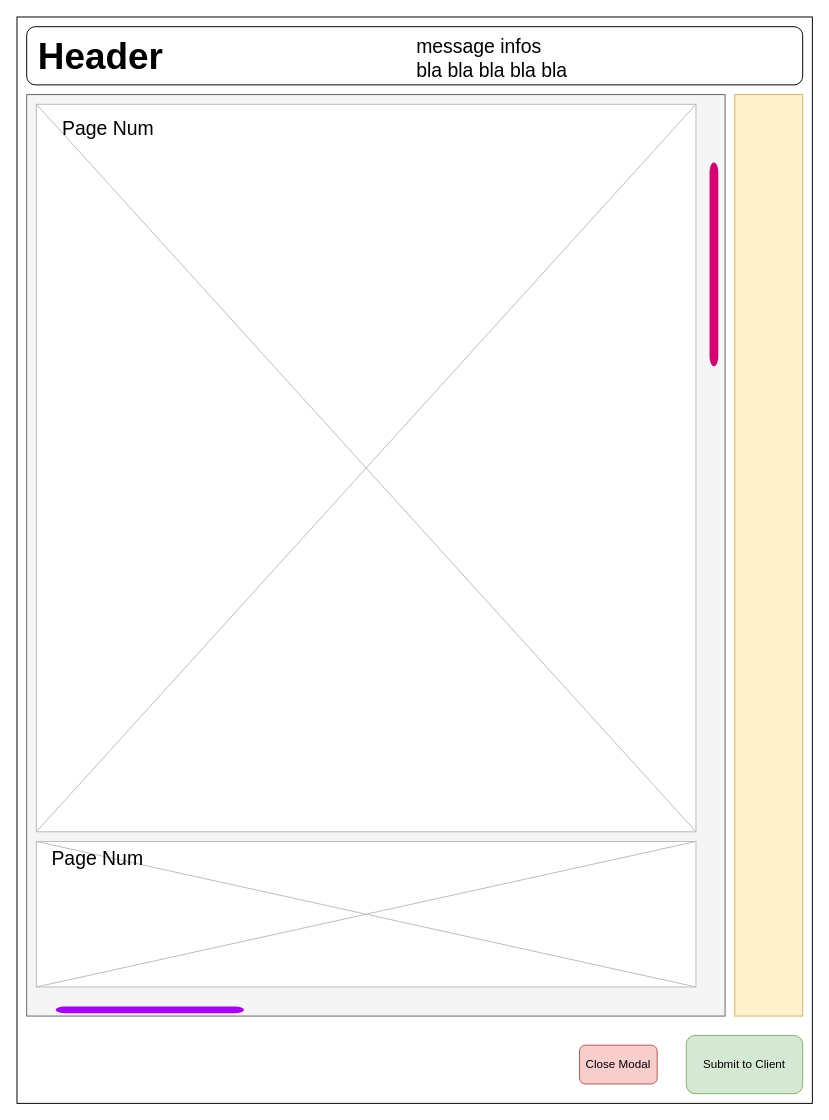
ahmadtechnik/signatureSystem keeps this draw.io diagram as page "pdf preview prototype" (3 of 6) of UML Design/main.drawio. Above is the earlier version. Source tidied: cells renumbered, new cells numbered last; positions are measured from the earlier drawing's top-left corner, leaving out a move shared by most shapes. Both pictures are drawn from the tidied source at 97%, with x=0, y=0 at pixel (16, 16).
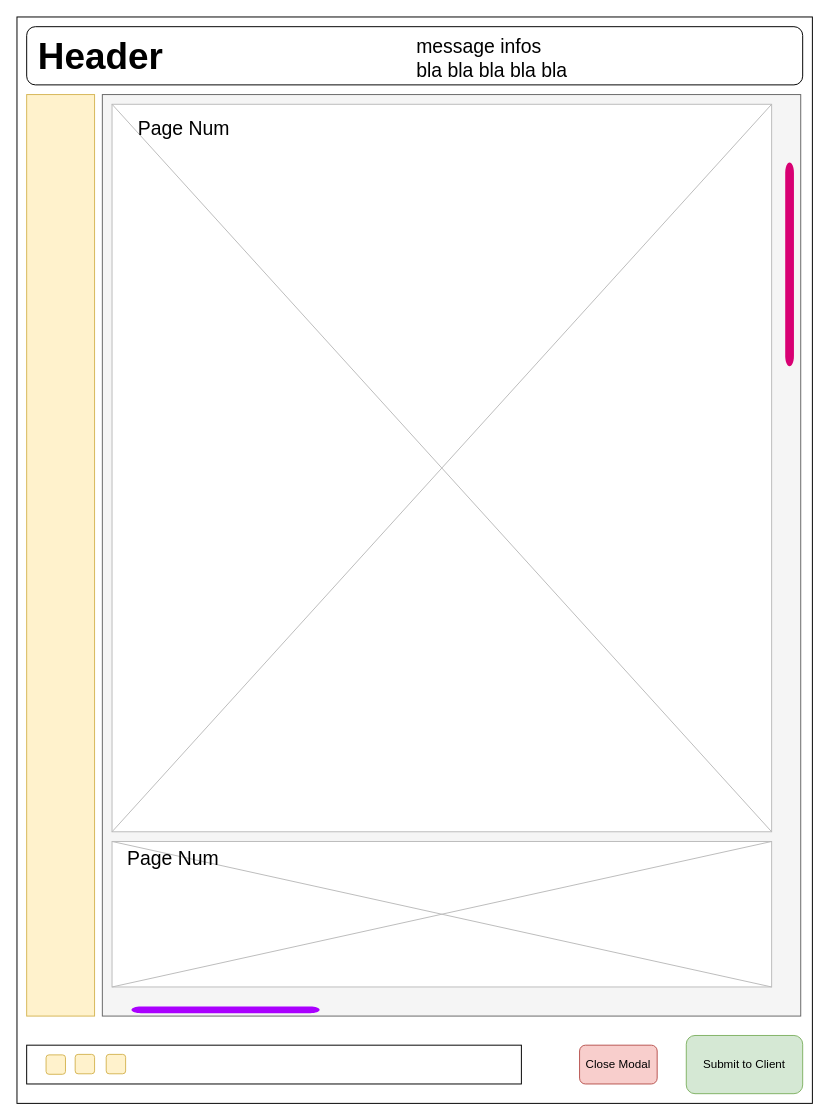
The same diagram, later.

Change to the diagram source:
```diff
@@
 <mxGraphModel>
   <root>
     <mxCell id="0" />
     <mxCell id="1" parent="0" />
     <mxCell id="2" style="rounded=0;whiteSpace=wrap;html=1;" parent="1" vertex="1">
       <mxGeometry width="820" height="1120" as="geometry" />
     </mxCell>
     <mxCell id="3" style="rounded=1;whiteSpace=wrap;html=1;" parent="1" vertex="1">
       <mxGeometry x="10" y="10" width="800" height="60" as="geometry" />
     </mxCell>
     <mxCell id="4" value="Header" style="text;html=1;align=left;verticalAlign=top;spacingTop=-4;fontStyle=1;fontSize=38;" parent="1" vertex="1">
       <mxGeometry x="20" y="16" width="50" height="20" as="geometry" />
     </mxCell>
     <mxCell id="5" style="rounded=0;whiteSpace=wrap;html=1;fontSize=38;fillColor=#f5f5f5;strokeColor=#666666;fontColor=#333333;" parent="1" vertex="1">
-      <mxGeometry x="10" y="80" width="720" height="950" as="geometry" />
+      <mxGeometry x="88" y="80" width="720" height="950" as="geometry" />
     </mxCell>
     <mxCell id="6" style="rounded=0;whiteSpace=wrap;html=1;fontSize=38;fillColor=#fff2cc;strokeColor=#d6b656;" parent="1" vertex="1">
-      <mxGeometry x="740" y="80" width="70" height="950" as="geometry" />
+      <mxGeometry x="10" y="80" width="70" height="950" as="geometry" />
     </mxCell>
     <mxCell id="7" style="dashed=0;shape=mxgraph.gmdl.image;strokeColor=#bbbbbb;fillColor=#ffffff;" parent="1" vertex="1">
-      <mxGeometry x="20" y="90" width="680" height="750" as="geometry" />
+      <mxGeometry x="98" y="90" width="680" height="750" as="geometry" />
     </mxCell>
     <mxCell id="8" style="dashed=0;shape=mxgraph.gmdl.image;strokeColor=#bbbbbb;fillColor=#ffffff;" parent="1" vertex="1">
-      <mxGeometry x="20" y="850" width="680" height="150" as="geometry" />
+      <mxGeometry x="98" y="850" width="680" height="150" as="geometry" />
     </mxCell>
     <mxCell id="9" value="Page Num" style="text;html=1;align=left;verticalAlign=top;spacingTop=-4;fontSize=20;" parent="1" vertex="1">
-      <mxGeometry x="45" y="100" width="200" height="50" as="geometry" />
+      <mxGeometry x="123" y="100" width="200" height="50" as="geometry" />
     </mxCell>
     <mxCell id="10" value="Page Num" style="text;html=1;align=left;verticalAlign=top;spacingTop=-4;fontSize=20;" parent="1" vertex="1">
-      <mxGeometry x="34" y="853" width="200" height="50" as="geometry" />
+      <mxGeometry x="112" y="853" width="200" height="50" as="geometry" />
     </mxCell>
     <mxCell id="11" style="html=1;verticalLabelPosition=bottom;labelBackgroundColor=#ffffff;verticalAlign=top;shadow=0;dashed=0;strokeWidth=2;shape=mxgraph.ios7.misc.scroll_(vertical);fillColor=#d80073;fontSize=20;strokeColor=#A50040;fontColor=#ffffff;" parent="1" vertex="1">
-      <mxGeometry x="714" y="150" width="9" height="210" as="geometry" />
+      <mxGeometry x="792" y="150" width="9" height="210" as="geometry" />
     </mxCell>
     <mxCell id="12" style="html=1;verticalLabelPosition=bottom;labelBackgroundColor=#ffffff;verticalAlign=top;shadow=0;dashed=0;strokeWidth=2;shape=mxgraph.ios7.misc.scroll_(horizontal);fillColor=#aa00ff;fontSize=20;strokeColor=#7700CC;fontColor=#ffffff;" parent="1" vertex="1">
-      <mxGeometry x="40" y="1020" width="194" height="7" as="geometry" />
+      <mxGeometry x="118" y="1020" width="194" height="7" as="geometry" />
     </mxCell>
     <mxCell id="13" value="message infos&lt;br&gt;bla bla bla bla bla&lt;br&gt;" style="text;html=1;align=left;verticalAlign=top;spacingTop=-4;fontSize=20;" parent="1" vertex="1">
       <mxGeometry x="410" y="16" width="170" height="50" as="geometry" />
     </mxCell>
     <mxCell id="14" value="Submit to Client" style="rounded=1;whiteSpace=wrap;html=1;fillColor=#d5e8d4;strokeColor=#82b366;" parent="1" vertex="1">
       <mxGeometry x="690" y="1050" width="120" height="60" as="geometry" />
     </mxCell>
     <mxCell id="15" value="Close Modal" style="rounded=1;whiteSpace=wrap;html=1;fillColor=#f8cecc;strokeColor=#b85450;" parent="1" vertex="1">
       <mxGeometry x="580" y="1060" width="80" height="40" as="geometry" />
     </mxCell>
+    <mxCell id="16" style="rounded=0;whiteSpace=wrap;html=1;fontSize=25;" parent="1" vertex="1">
+      <mxGeometry x="10" y="1060" width="510" height="40" as="geometry" />
+    </mxCell>
+    <mxCell id="17" style="rounded=1;whiteSpace=wrap;html=1;fontSize=25;fillColor=#fff2cc;strokeColor=#d6b656;" parent="1" vertex="1">
+      <mxGeometry x="30" y="1070" width="20" height="20" as="geometry" />
+    </mxCell>
+    <mxCell id="18" style="rounded=1;whiteSpace=wrap;html=1;fontSize=25;fillColor=#fff2cc;strokeColor=#d6b656;" parent="1" vertex="1">
+      <mxGeometry x="60" y="1069.5" width="20" height="20" as="geometry" />
+    </mxCell>
+    <mxCell id="19" style="rounded=1;whiteSpace=wrap;html=1;fontSize=25;fillColor=#fff2cc;strokeColor=#d6b656;" parent="1" vertex="1">
+      <mxGeometry x="92" y="1069.5" width="20" height="20" as="geometry" />
+    </mxCell>
   </root>
 </mxGraphModel>
```
